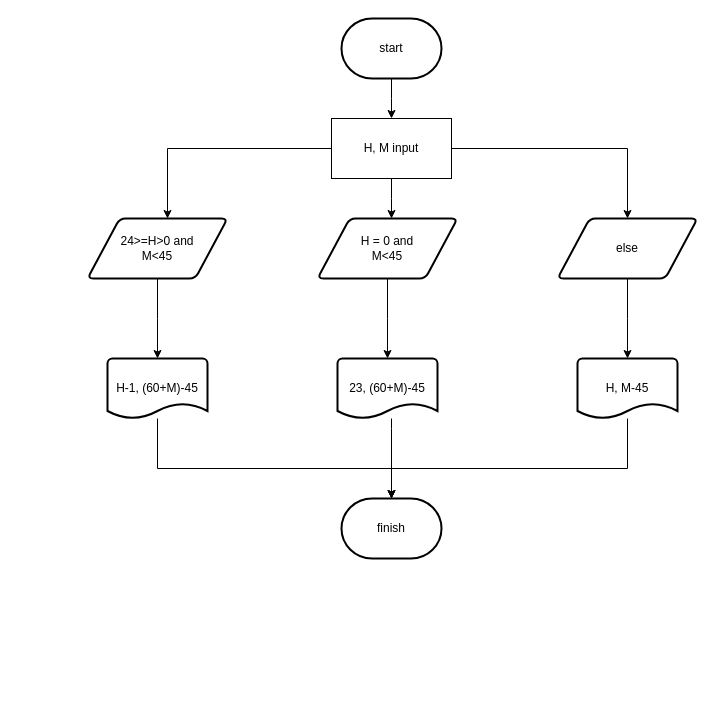
Before: stage/02_conditional/2884.drawio in Gyeongrok-Oh/boj, a draw.io diagram. Source tidied: cells renumbered, new cells numbered last; positions are measured from the earlier drawing's top-left corner, leaving out a move shared by most shapes. Both pictures are drawn from the tidied source at 100%, with x=0, y=0 at pixel (87, 18).
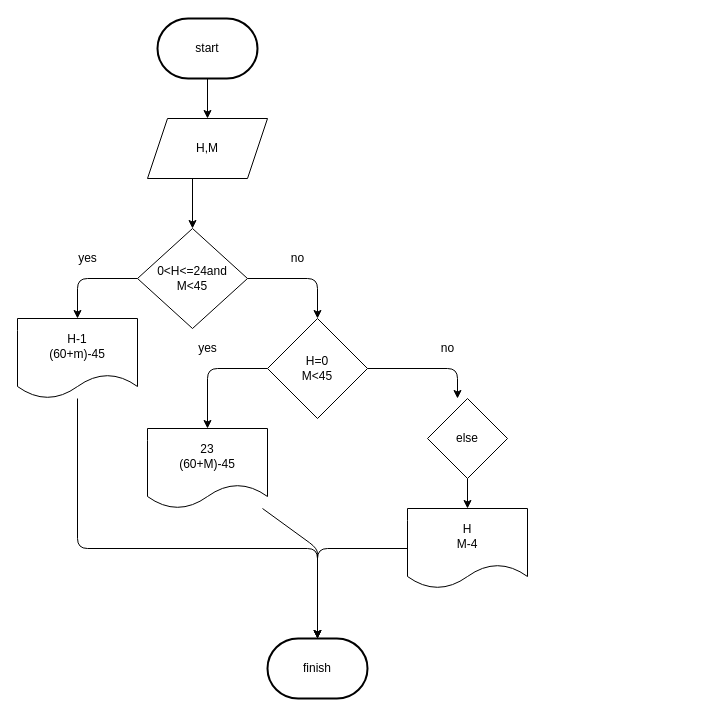
After the change.

Change to the diagram source:
```diff
@@
-    <mxCell id="2" style="edgeStyle=orthogonalEdgeStyle;rounded=0;jettySize=auto;html=1;" parent="1" edge="1" source="3">
-      <mxGeometry relative="1" as="geometry">
-        <mxPoint x="304" y="100" as="targetPoint" />
-      </mxGeometry>
-    </mxCell>
+    <mxCell id="21" style="edgeStyle=none;html=1;" parent="1" edge="1" source="3">
+      <mxGeometry relative="1" as="geometry">
+        <mxPoint x="120" y="100" as="targetPoint" />
+      </mxGeometry>
+    </mxCell>
     <mxCell id="3" value="start" style="strokeWidth=2;html=1;shape=mxgraph.flowchart.terminator;whiteSpace=wrap;" parent="1" vertex="1">
-      <mxGeometry x="254" width="100" height="60" as="geometry" />
+      <mxGeometry x="70" width="100" height="60" as="geometry" />
     </mxCell>
-    <mxCell id="4" style="edgeStyle=orthogonalEdgeStyle;rounded=0;jettySize=auto;html=1;" parent="1" edge="1" source="7">
-      <mxGeometry relative="1" as="geometry">
-        <mxPoint x="80" y="200" as="targetPoint" />
-        <Array as="points">
-          <mxPoint x="80" y="130" />
-        </Array>
-      </mxGeometry>
-    </mxCell>
-    <mxCell id="5" style="edgeStyle=orthogonalEdgeStyle;rounded=0;jettySize=auto;html=1;" parent="1" edge="1" source="7">
-      <mxGeometry relative="1" as="geometry">
-        <mxPoint x="304" y="200" as="targetPoint" />
-      </mxGeometry>
-    </mxCell>
-    <mxCell id="6" style="edgeStyle=orthogonalEdgeStyle;rounded=0;jettySize=auto;html=1;" parent="1" edge="1" source="7">
-      <mxGeometry relative="1" as="geometry">
-        <mxPoint x="540" y="200" as="targetPoint" />
-        <Array as="points">
-          <mxPoint x="540" y="130" />
-          <mxPoint x="540" y="200" />
-        </Array>
-      </mxGeometry>
-    </mxCell>
-    <mxCell id="7" value="H, M input" style="rounded=0;whiteSpace=wrap;html=1;" parent="1" vertex="1">
-      <mxGeometry x="244" y="100" width="120" height="60" as="geometry" />
-    </mxCell>
-    <mxCell id="8" style="edgeStyle=orthogonalEdgeStyle;rounded=0;jettySize=auto;html=1;" parent="1" edge="1" source="9">
-      <mxGeometry relative="1" as="geometry">
-        <mxPoint x="70" y="340" as="targetPoint" />
-      </mxGeometry>
-    </mxCell>
-    <mxCell id="9" value="24&amp;gt;=H&amp;gt;0 and&lt;br&gt;M&amp;lt;45" style="shape=parallelogram;html=1;strokeWidth=2;perimeter=parallelogramPerimeter;whiteSpace=wrap;rounded=1;arcSize=12;size=0.23;" parent="1" vertex="1">
-      <mxGeometry y="200" width="140" height="60" as="geometry" />
-    </mxCell>
-    <mxCell id="10" style="edgeStyle=orthogonalEdgeStyle;rounded=0;jettySize=auto;html=1;" parent="1" edge="1" source="11">
-      <mxGeometry relative="1" as="geometry">
-        <mxPoint x="300" y="340" as="targetPoint" />
-      </mxGeometry>
-    </mxCell>
-    <mxCell id="11" value="H = 0 and&lt;br&gt;M&amp;lt;45" style="shape=parallelogram;html=1;strokeWidth=2;perimeter=parallelogramPerimeter;whiteSpace=wrap;rounded=1;arcSize=12;size=0.23;" parent="1" vertex="1">
-      <mxGeometry x="230" y="200" width="140" height="60" as="geometry" />
-    </mxCell>
-    <mxCell id="12" style="edgeStyle=orthogonalEdgeStyle;rounded=0;jettySize=auto;html=1;" parent="1" edge="1" source="13">
-      <mxGeometry relative="1" as="geometry">
-        <mxPoint x="540" y="340" as="targetPoint" />
-      </mxGeometry>
-    </mxCell>
+    <mxCell id="22" style="edgeStyle=none;html=1;" parent="1" edge="1" source="24">
+      <mxGeometry relative="1" as="geometry">
+        <mxPoint x="-10" y="300" as="targetPoint" />
+        <Array as="points">
+          <mxPoint x="-10" y="260" />
+        </Array>
+      </mxGeometry>
+    </mxCell>
+    <mxCell id="23" style="edgeStyle=none;html=1;" parent="1" edge="1" source="24">
+      <mxGeometry relative="1" as="geometry">
+        <mxPoint x="230" y="300" as="targetPoint" />
+        <Array as="points">
+          <mxPoint x="230" y="260" />
+        </Array>
+      </mxGeometry>
+    </mxCell>
+    <mxCell id="24" value="0&amp;lt;H&amp;lt;=24and&lt;br&gt;M&amp;lt;45" style="rhombus;whiteSpace=wrap;html=1;" parent="1" vertex="1">
+      <mxGeometry x="50" y="210" width="110" height="100" as="geometry" />
+    </mxCell>
+    <mxCell id="25" style="edgeStyle=none;html=1;entryX=0.5;entryY=0;entryDx=0;entryDy=0;" parent="1" edge="1" source="26" target="24">
+      <mxGeometry relative="1" as="geometry">
+        <Array as="points">
+          <mxPoint x="105" y="160" />
+        </Array>
+      </mxGeometry>
+    </mxCell>
+    <mxCell id="26" value="H,M" style="shape=parallelogram;perimeter=parallelogramPerimeter;whiteSpace=wrap;html=1;fixedSize=1;" parent="1" vertex="1">
+      <mxGeometry x="60" y="100" width="120" height="60" as="geometry" />
+    </mxCell>
+    <mxCell id="27" style="edgeStyle=none;html=1;" parent="1" edge="1" source="28">
+      <mxGeometry relative="1" as="geometry">
+        <mxPoint x="230" y="620" as="targetPoint" />
+        <Array as="points">
+          <mxPoint x="-10" y="530" />
+          <mxPoint x="230" y="530" />
+        </Array>
+      </mxGeometry>
+    </mxCell>
+    <mxCell id="28" value="H-1&lt;br&gt;(60+m)-45" style="shape=document;whiteSpace=wrap;html=1;boundedLbl=1;" parent="1" vertex="1">
+      <mxGeometry x="-70" y="300" width="120" height="80" as="geometry" />
+    </mxCell>
+    <mxCell id="29" style="edgeStyle=none;html=1;" parent="1" edge="1" source="31">
+      <mxGeometry relative="1" as="geometry">
+        <mxPoint x="120" y="410" as="targetPoint" />
+        <Array as="points">
+          <mxPoint x="120" y="350" />
+        </Array>
+      </mxGeometry>
+    </mxCell>
+    <mxCell id="30" style="edgeStyle=none;html=1;" parent="1" edge="1" source="31">
+      <mxGeometry relative="1" as="geometry">
+        <mxPoint x="370" y="380" as="targetPoint" />
+        <Array as="points">
+          <mxPoint x="370" y="350" />
+        </Array>
+      </mxGeometry>
+    </mxCell>
+    <mxCell id="31" value="H=0&lt;br&gt;M&amp;lt;45" style="rhombus;whiteSpace=wrap;html=1;" parent="1" vertex="1">
+      <mxGeometry x="180" y="300" width="100" height="100" as="geometry" />
+    </mxCell>
+    <mxCell id="32" style="edgeStyle=none;html=1;entryX=0.5;entryY=0;entryDx=0;entryDy=0;entryPerimeter=0;" parent="1" edge="1" source="33" target="20">
+      <mxGeometry relative="1" as="geometry">
+        <Array as="points">
+          <mxPoint x="230" y="530" />
+          <mxPoint x="230" y="540" />
+        </Array>
+      </mxGeometry>
+    </mxCell>
+    <mxCell id="33" value="23&lt;br&gt;(60+M)-45" style="shape=document;whiteSpace=wrap;html=1;boundedLbl=1;" parent="1" vertex="1">
+      <mxGeometry x="60" y="410" width="120" height="80" as="geometry" />
+    </mxCell>
+    <mxCell id="34" style="edgeStyle=none;html=1;" parent="1" edge="1" source="13">
+      <mxGeometry relative="1" as="geometry">
+        <mxPoint x="380" y="490" as="targetPoint" />
+      </mxGeometry>
+    </mxCell>
-    <mxCell id="13" value="else" style="shape=parallelogram;html=1;strokeWidth=2;perimeter=parallelogramPerimeter;whiteSpace=wrap;rounded=1;arcSize=12;size=0.23;" parent="1" vertex="1">
-      <mxGeometry x="470" y="200" width="140" height="60" as="geometry" />
+    <mxCell id="13" value="else" style="rhombus;whiteSpace=wrap;html=1;" parent="1" vertex="1">
+      <mxGeometry x="340" y="380" width="80" height="80" as="geometry" />
     </mxCell>
-    <mxCell id="14" style="edgeStyle=orthogonalEdgeStyle;rounded=0;jettySize=auto;html=1;entryX=0.5;entryY=0;entryDx=0;entryDy=0;entryPerimeter=0;" parent="1" edge="1" source="15" target="20">
-      <mxGeometry relative="1" as="geometry">
-        <Array as="points">
-          <mxPoint x="70" y="450" />
-          <mxPoint x="304" y="450" />
-        </Array>
-      </mxGeometry>
-    </mxCell>
-    <mxCell id="15" value="H-1, (60+M)-45" style="strokeWidth=2;html=1;shape=mxgraph.flowchart.document2;whiteSpace=wrap;size=0.25;" parent="1" vertex="1">
-      <mxGeometry x="20" y="340" width="100" height="60" as="geometry" />
-    </mxCell>
-    <mxCell id="16" style="edgeStyle=orthogonalEdgeStyle;rounded=0;jettySize=auto;html=1;entryX=0.5;entryY=0;entryDx=0;entryDy=0;entryPerimeter=0;" parent="1" edge="1" source="17" target="20">
-      <mxGeometry relative="1" as="geometry">
-        <Array as="points">
-          <mxPoint x="304" y="410" />
-          <mxPoint x="304" y="410" />
-        </Array>
-      </mxGeometry>
-    </mxCell>
-    <mxCell id="17" value="23, (60+M)-45" style="strokeWidth=2;html=1;shape=mxgraph.flowchart.document2;whiteSpace=wrap;size=0.25;" parent="1" vertex="1">
-      <mxGeometry x="250" y="340" width="100" height="60" as="geometry" />
-    </mxCell>
-    <mxCell id="18" style="edgeStyle=orthogonalEdgeStyle;rounded=0;jettySize=auto;html=1;entryX=0.5;entryY=0;entryDx=0;entryDy=0;entryPerimeter=0;" parent="1" edge="1" source="19" target="20">
-      <mxGeometry relative="1" as="geometry">
-        <Array as="points">
-          <mxPoint x="540" y="450" />
-          <mxPoint x="304" y="450" />
-        </Array>
-      </mxGeometry>
-    </mxCell>
-    <mxCell id="19" value="H, M-45" style="strokeWidth=2;html=1;shape=mxgraph.flowchart.document2;whiteSpace=wrap;size=0.25;" parent="1" vertex="1">
-      <mxGeometry x="490" y="340" width="100" height="60" as="geometry" />
-    </mxCell>
+    <mxCell id="35" style="edgeStyle=none;html=1;entryX=0.5;entryY=0;entryDx=0;entryDy=0;entryPerimeter=0;" parent="1" edge="1" source="36" target="20">
+      <mxGeometry relative="1" as="geometry">
+        <Array as="points">
+          <mxPoint x="230" y="530" />
+        </Array>
+      </mxGeometry>
+    </mxCell>
+    <mxCell id="36" value="H&lt;br&gt;M-4" style="shape=document;whiteSpace=wrap;html=1;boundedLbl=1;" parent="1" vertex="1">
+      <mxGeometry x="320" y="490" width="120" height="80" as="geometry" />
+    </mxCell>
     <mxCell id="20" value="finish" style="strokeWidth=2;html=1;shape=mxgraph.flowchart.terminator;whiteSpace=wrap;" parent="1" vertex="1">
-      <mxGeometry x="254" y="480" width="100" height="60" as="geometry" />
+      <mxGeometry x="180" y="620" width="100" height="60" as="geometry" />
     </mxCell>
+    <mxCell id="37" value="yes" style="text;html=1;align=center;verticalAlign=middle;strokeColor=none;fillColor=none;" parent="1" vertex="1">
+      <mxGeometry x="-15" y="230" width="30" height="20" as="geometry" />
+    </mxCell>
+    <mxCell id="38" value="no" style="text;html=1;align=center;verticalAlign=middle;strokeColor=none;fillColor=none;" parent="1" vertex="1">
+      <mxGeometry x="195" y="230" width="30" height="20" as="geometry" />
+    </mxCell>
+    <mxCell id="39" value="yes" style="text;html=1;align=center;verticalAlign=middle;strokeColor=none;fillColor=none;" parent="1" vertex="1">
+      <mxGeometry x="105" y="320" width="30" height="20" as="geometry" />
+    </mxCell>
+    <mxCell id="40" value="no" style="text;html=1;align=center;verticalAlign=middle;strokeColor=none;fillColor=none;" parent="1" vertex="1">
+      <mxGeometry x="345" y="320" width="30" height="20" as="geometry" />
+    </mxCell>
```
